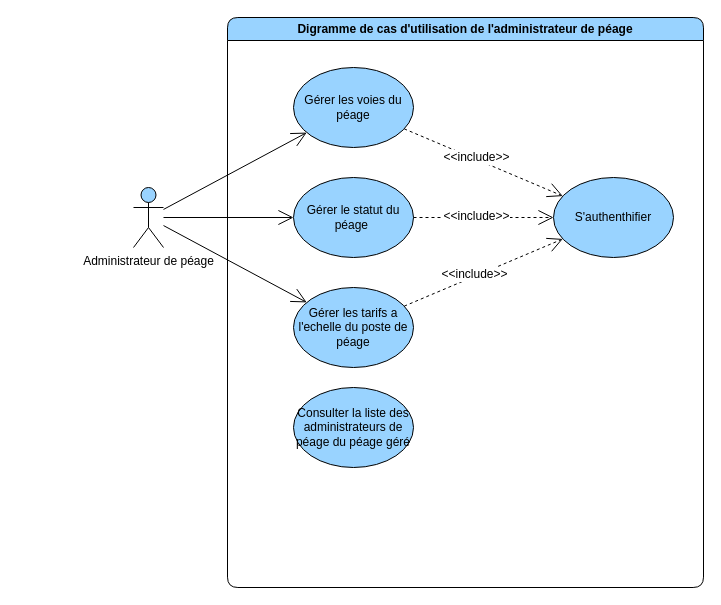
The draw.io diagram page "general" (1 of 4) of diagrams/use-case/administrateur-de-peage.drawio in devlotfi/peage-pay, before the edit. Source tidied: cells renumbered, new cells numbered last; positions are measured from the earlier drawing's top-left corner, leaving out a move shared by most shapes. Both pictures are drawn from the tidied source at 100%, with x=0, y=0 at pixel (133, 17).
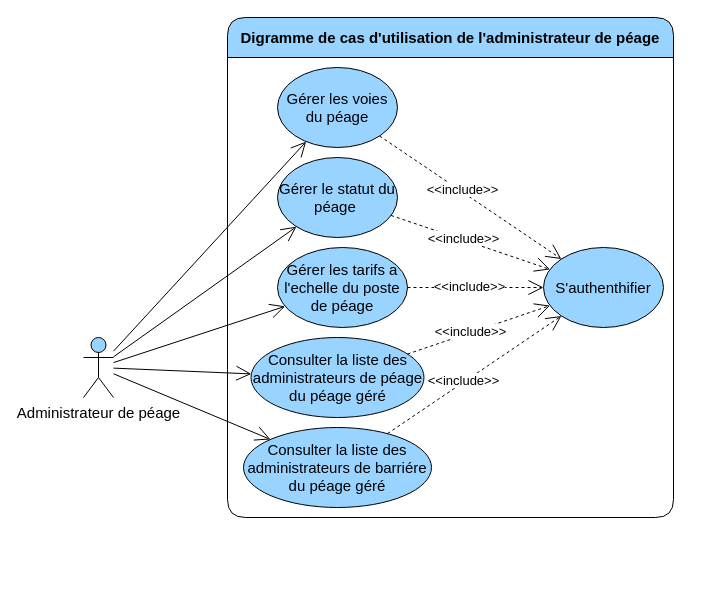
The same diagram, later.

The edit, as a diff of the source:
```diff
@@
-    <mxCell id="2" value="Digramme de cas d'utilisation de l'administrateur de péage" style="swimlane;whiteSpace=wrap;html=1;rounded=1;fillColor=#99D3FF;" parent="1" vertex="1">
-      <mxGeometry x="94" width="476" height="570" as="geometry" />
+    <mxCell id="2" value="Digramme de cas d'utilisation de l'administrateur de péage" style="swimlane;whiteSpace=wrap;html=1;rounded=1;fillColor=#99D3FF;fontSize=15;startSize=40;" parent="1" vertex="1">
+      <mxGeometry x="94" width="446" height="500" as="geometry" />
     </mxCell>
-    <mxCell id="3" style="edgeStyle=none;rounded=0;jettySize=auto;html=1;strokeColor=default;align=center;verticalAlign=middle;fontFamily=Helvetica;fontSize=12;fontColor=default;labelBackgroundColor=default;startSize=6;endArrow=open;endFill=0;endSize=13;dashed=1;" parent="2" edge="1" source="5" target="6">
+    <mxCell id="3" style="edgeStyle=none;rounded=0;jettySize=auto;html=1;strokeColor=default;align=center;verticalAlign=middle;fontFamily=Helvetica;fontSize=15;fontColor=default;labelBackgroundColor=default;startSize=6;endArrow=open;endFill=0;endSize=13;dashed=1;" parent="2" edge="1" source="5" target="6">
       <mxGeometry relative="1" as="geometry" />
     </mxCell>
-    <mxCell id="4" value="&amp;lt;&amp;lt;include&amp;gt;&amp;gt;" style="edgeLabel;html=1;align=center;verticalAlign=middle;strokeColor=default;fontFamily=Helvetica;fontSize=12;fontColor=default;labelBackgroundColor=default;fillColor=#99D3FF;" parent="3" vertex="1">
+    <mxCell id="4" value="&amp;lt;&amp;lt;include&amp;gt;&amp;gt;" style="edgeLabel;html=1;align=center;verticalAlign=middle;strokeColor=default;fontFamily=Helvetica;fontSize=13;fontColor=default;labelBackgroundColor=default;fillColor=#99D3FF;" parent="3" vertex="1">
       <mxGeometry x="-0.11" y="2" relative="1" as="geometry" />
     </mxCell>
-    <mxCell id="5" value="Gérer les voies du péage" style="ellipse;whiteSpace=wrap;html=1;strokeColor=default;align=center;verticalAlign=middle;fontFamily=Helvetica;fontSize=12;fontColor=default;fillColor=#99D3FF;" parent="2" vertex="1">
-      <mxGeometry x="66" y="50" width="120" height="80" as="geometry" />
+    <mxCell id="5" value="Gérer les voies du péage" style="ellipse;whiteSpace=wrap;html=1;strokeColor=default;align=center;verticalAlign=middle;fontFamily=Helvetica;fontSize=15;fontColor=default;fillColor=#99D3FF;" parent="2" vertex="1">
+      <mxGeometry x="50" y="50" width="120" height="80" as="geometry" />
     </mxCell>
-    <mxCell id="6" value="S'authenthifier" style="ellipse;whiteSpace=wrap;html=1;strokeColor=default;align=center;verticalAlign=middle;fontFamily=Helvetica;fontSize=12;fontColor=default;fillColor=#99D3FF;" parent="2" vertex="1">
-      <mxGeometry x="326" y="160" width="120" height="80" as="geometry" />
+    <mxCell id="6" value="S'authenthifier" style="ellipse;whiteSpace=wrap;html=1;strokeColor=default;align=center;verticalAlign=middle;fontFamily=Helvetica;fontSize=15;fontColor=default;fillColor=#99D3FF;" parent="2" vertex="1">
+      <mxGeometry x="316" y="230" width="120" height="80" as="geometry" />
     </mxCell>
-    <mxCell id="7" value="Gérer le statut du péage&amp;nbsp;" style="ellipse;whiteSpace=wrap;html=1;strokeColor=default;align=center;verticalAlign=middle;fontFamily=Helvetica;fontSize=12;fontColor=default;fillColor=#99D3FF;" parent="2" vertex="1">
-      <mxGeometry x="66" y="160" width="120" height="80" as="geometry" />
+    <mxCell id="7" value="Gérer le statut du péage&amp;nbsp;" style="ellipse;whiteSpace=wrap;html=1;strokeColor=default;align=center;verticalAlign=middle;fontFamily=Helvetica;fontSize=15;fontColor=default;fillColor=#99D3FF;" parent="2" vertex="1">
+      <mxGeometry x="50" y="140" width="120" height="80" as="geometry" />
     </mxCell>
-    <mxCell id="8" style="edgeStyle=none;rounded=0;jettySize=auto;html=1;strokeColor=default;align=center;verticalAlign=middle;fontFamily=Helvetica;fontSize=12;fontColor=default;labelBackgroundColor=default;startSize=6;endArrow=open;endFill=0;endSize=13;dashed=1;" parent="2" edge="1" source="7" target="6">
+    <mxCell id="8" style="edgeStyle=none;rounded=0;jettySize=auto;html=1;strokeColor=default;align=center;verticalAlign=middle;fontFamily=Helvetica;fontSize=15;fontColor=default;labelBackgroundColor=default;startSize=6;endArrow=open;endFill=0;endSize=13;dashed=1;" parent="2" edge="1" source="7" target="6">
       <mxGeometry relative="1" as="geometry" />
     </mxCell>
-    <mxCell id="9" value="&amp;lt;&amp;lt;include&amp;gt;&amp;gt;" style="edgeLabel;html=1;align=center;verticalAlign=middle;strokeColor=default;fontFamily=Helvetica;fontSize=12;fontColor=default;labelBackgroundColor=default;fillColor=#99D3FF;" parent="8" vertex="1">
+    <mxCell id="9" value="&amp;lt;&amp;lt;include&amp;gt;&amp;gt;" style="edgeLabel;html=1;align=center;verticalAlign=middle;strokeColor=default;fontFamily=Helvetica;fontSize=13;fontColor=default;labelBackgroundColor=default;fillColor=#99D3FF;" parent="8" vertex="1">
       <mxGeometry x="-0.11" y="2" relative="1" as="geometry" />
     </mxCell>
-    <mxCell id="10" value="Gérer les tarifs a l'echelle du poste de péage" style="ellipse;whiteSpace=wrap;html=1;strokeColor=default;align=center;verticalAlign=middle;fontFamily=Helvetica;fontSize=12;fontColor=default;fillColor=#99D3FF;" parent="2" vertex="1">
-      <mxGeometry x="66" y="270" width="120" height="80" as="geometry" />
+    <mxCell id="10" value="Gérer les tarifs a l'echelle du poste de péage" style="ellipse;whiteSpace=wrap;html=1;strokeColor=default;align=center;verticalAlign=middle;fontFamily=Helvetica;fontSize=15;fontColor=default;fillColor=#99D3FF;" parent="2" vertex="1">
+      <mxGeometry x="50" y="230" width="130" height="80" as="geometry" />
     </mxCell>
-    <mxCell id="11" style="edgeStyle=none;rounded=0;jettySize=auto;html=1;strokeColor=default;align=center;verticalAlign=middle;fontFamily=Helvetica;fontSize=12;fontColor=default;labelBackgroundColor=default;startSize=6;endArrow=open;endFill=0;endSize=13;dashed=1;" parent="2" edge="1" source="10" target="6">
+    <mxCell id="11" style="edgeStyle=none;rounded=0;jettySize=auto;html=1;strokeColor=default;align=center;verticalAlign=middle;fontFamily=Helvetica;fontSize=15;fontColor=default;labelBackgroundColor=default;startSize=6;endArrow=open;endFill=0;endSize=13;dashed=1;" parent="2" edge="1" source="10" target="6">
       <mxGeometry relative="1" as="geometry" />
     </mxCell>
-    <mxCell id="12" value="&amp;lt;&amp;lt;include&amp;gt;&amp;gt;" style="edgeLabel;html=1;align=center;verticalAlign=middle;strokeColor=default;fontFamily=Helvetica;fontSize=12;fontColor=default;labelBackgroundColor=default;fillColor=#99D3FF;" parent="11" vertex="1">
+    <mxCell id="12" value="&amp;lt;&amp;lt;include&amp;gt;&amp;gt;" style="edgeLabel;html=1;align=center;verticalAlign=middle;strokeColor=default;fontFamily=Helvetica;fontSize=13;fontColor=default;labelBackgroundColor=default;fillColor=#99D3FF;" parent="11" vertex="1">
       <mxGeometry x="-0.11" y="2" relative="1" as="geometry" />
     </mxCell>
-    <mxCell id="13" value="Consulter la liste des administrateurs de péage du péage géré" style="ellipse;whiteSpace=wrap;html=1;strokeColor=default;align=center;verticalAlign=middle;fontFamily=Helvetica;fontSize=12;fontColor=default;fillColor=#99D3FF;" parent="2" vertex="1">
-      <mxGeometry x="66" y="370" width="120" height="80" as="geometry" />
+    <mxCell id="13" value="Consulter la liste des administrateurs de péage du péage géré" style="ellipse;whiteSpace=wrap;html=1;strokeColor=default;align=center;verticalAlign=middle;fontFamily=Helvetica;fontSize=15;fontColor=default;fillColor=#99D3FF;" parent="2" vertex="1">
+      <mxGeometry x="23.5" y="320" width="173" height="80" as="geometry" />
     </mxCell>
+    <mxCell id="18" value="Consulter la liste des administrateurs de barriére du péage géré" style="ellipse;whiteSpace=wrap;html=1;strokeColor=default;align=center;verticalAlign=middle;fontFamily=Helvetica;fontSize=15;fontColor=default;fillColor=#99D3FF;" parent="2" vertex="1">
+      <mxGeometry x="16" y="410" width="188" height="80" as="geometry" />
+    </mxCell>
+    <mxCell id="19" style="edgeStyle=none;rounded=0;jettySize=auto;html=1;strokeColor=default;align=center;verticalAlign=middle;fontFamily=Helvetica;fontSize=15;fontColor=default;labelBackgroundColor=default;startSize=6;endArrow=open;endFill=0;endSize=13;dashed=1;" parent="2" edge="1" source="13" target="6">
+      <mxGeometry relative="1" as="geometry" />
+    </mxCell>
+    <mxCell id="20" value="&amp;lt;&amp;lt;include&amp;gt;&amp;gt;" style="edgeLabel;html=1;align=center;verticalAlign=middle;strokeColor=default;fontFamily=Helvetica;fontSize=13;fontColor=default;labelBackgroundColor=default;fillColor=#99D3FF;" parent="19" vertex="1">
+      <mxGeometry x="-0.11" y="2" relative="1" as="geometry" />
+    </mxCell>
+    <mxCell id="21" style="edgeStyle=none;rounded=0;jettySize=auto;html=1;strokeColor=default;align=center;verticalAlign=middle;fontFamily=Helvetica;fontSize=15;fontColor=default;labelBackgroundColor=default;startSize=6;endArrow=open;endFill=0;endSize=13;dashed=1;" parent="2" edge="1" source="18" target="6">
+      <mxGeometry relative="1" as="geometry" />
+    </mxCell>
+    <mxCell id="22" value="&amp;lt;&amp;lt;include&amp;gt;&amp;gt;" style="edgeLabel;html=1;align=center;verticalAlign=middle;strokeColor=default;fontFamily=Helvetica;fontSize=13;fontColor=default;labelBackgroundColor=default;fillColor=#99D3FF;" parent="21" vertex="1">
+      <mxGeometry x="-0.11" y="2" relative="1" as="geometry" />
+    </mxCell>
-    <mxCell id="14" style="rounded=0;jettySize=auto;html=1;fontFamily=Helvetica;fontSize=12;fontColor=default;endArrow=open;endFill=0;startSize=6;endSize=13;" parent="1" edge="1" source="15" target="5">
+    <mxCell id="14" style="rounded=0;jettySize=auto;html=1;fontFamily=Helvetica;fontSize=15;fontColor=default;endArrow=open;endFill=0;startSize=6;endSize=13;" parent="1" edge="1" source="15" target="5">
       <mxGeometry relative="1" as="geometry" />
     </mxCell>
-    <mxCell id="15" value="Administrateur&amp;nbsp;de péage" style="shape=umlActor;verticalLabelPosition=bottom;verticalAlign=top;html=1;outlineConnect=0;strokeColor=default;align=center;fontFamily=Helvetica;fontSize=12;fontColor=default;fillColor=#99D3FF;" parent="1" vertex="1">
-      <mxGeometry y="170" width="30" height="60" as="geometry" />
+    <mxCell id="15" value="Administrateur&amp;nbsp;de péage" style="shape=umlActor;verticalLabelPosition=bottom;verticalAlign=top;html=1;outlineConnect=0;strokeColor=default;align=center;fontFamily=Helvetica;fontSize=15;fontColor=default;fillColor=#99D3FF;" parent="1" vertex="1">
+      <mxGeometry x="-50" y="320" width="30" height="60" as="geometry" />
     </mxCell>
-    <mxCell id="16" style="rounded=0;jettySize=auto;html=1;fontFamily=Helvetica;fontSize=12;fontColor=default;endArrow=open;endFill=0;startSize=6;endSize=13;" parent="1" edge="1" source="15" target="7">
+    <mxCell id="16" style="rounded=0;jettySize=auto;html=1;fontFamily=Helvetica;fontSize=15;fontColor=default;endArrow=open;endFill=0;startSize=6;endSize=13;" parent="1" edge="1" source="15" target="7">
       <mxGeometry relative="1" as="geometry" />
     </mxCell>
-    <mxCell id="17" style="rounded=0;jettySize=auto;html=1;fontFamily=Helvetica;fontSize=12;fontColor=default;endArrow=open;endFill=0;startSize=6;endSize=13;" parent="1" edge="1" source="15" target="10">
+    <mxCell id="17" style="rounded=0;jettySize=auto;html=1;fontFamily=Helvetica;fontSize=15;fontColor=default;endArrow=open;endFill=0;startSize=6;endSize=13;" parent="1" edge="1" source="15" target="10">
       <mxGeometry relative="1" as="geometry" />
     </mxCell>
+    <mxCell id="23" style="rounded=0;jettySize=auto;html=1;fontFamily=Helvetica;fontSize=15;fontColor=default;endArrow=open;endFill=0;startSize=6;endSize=13;" parent="1" edge="1" source="15" target="13">
+      <mxGeometry relative="1" as="geometry" />
+    </mxCell>
+    <mxCell id="24" style="rounded=0;jettySize=auto;html=1;fontFamily=Helvetica;fontSize=15;fontColor=default;endArrow=open;endFill=0;startSize=6;endSize=13;" parent="1" edge="1" source="15" target="18">
+      <mxGeometry relative="1" as="geometry" />
+    </mxCell>
```
